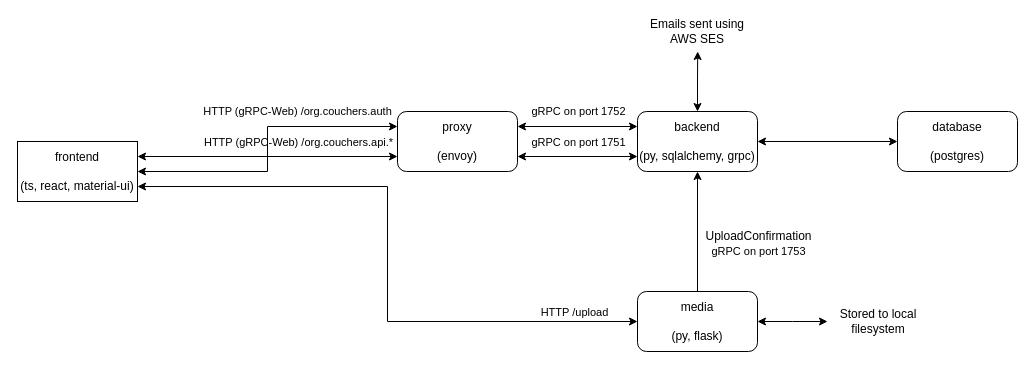
Couchers-org/couchers keeps this draw.io diagram as docs/couchers app.drawio. Above is the earlier version. Source tidied: cells renumbered, new cells numbered last; positions are measured from the earlier drawing's top-left corner, leaving out a move shared by most shapes. Both pictures are drawn from the tidied source at 100%, with x=0, y=0 at pixel (17, 21).
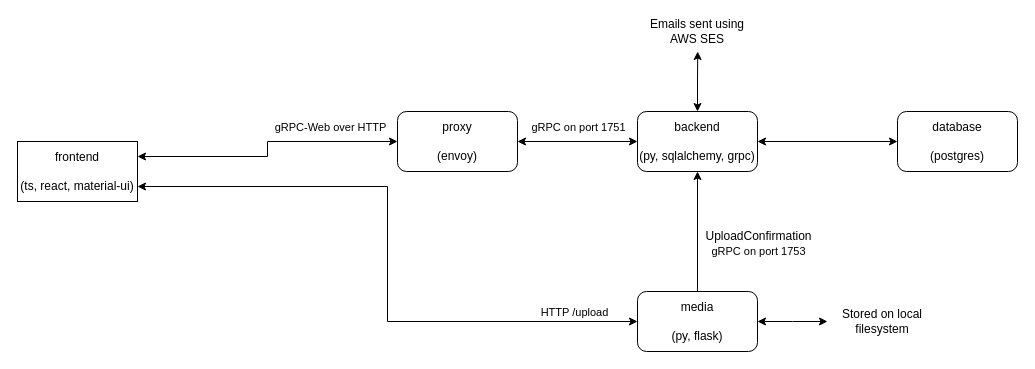
After the change.

Commit message (it also covers changes not shown here):
Update overview diagram

Unchanged cells that the change refers to:
```xml
<mxCell id="4" value="&lt;div&gt;backend&lt;/div&gt;&lt;div&gt;&lt;br&gt;&lt;/div&gt;&lt;div&gt;(py, sqlalchemy, grpc)&lt;br&gt;&lt;/div&gt;" style="rounded=1;whiteSpace=wrap;html=1;" parent="1" vertex="1">
  <mxGeometry x="620" y="90" width="120" height="60" as="geometry" />
</mxCell>
<mxCell id="11" value="&lt;div&gt;frontend&lt;/div&gt;&lt;div&gt;&lt;br&gt;&lt;/div&gt;(ts, react, material-ui)" style="rounded=0;whiteSpace=wrap;html=1;" parent="1" vertex="1">
  <mxGeometry y="120" width="120" height="60" as="geometry" />
</mxCell>
<mxCell id="20" value="&lt;div&gt;proxy&lt;/div&gt;&lt;div&gt;&lt;br&gt;&lt;/div&gt;&lt;div&gt;(envoy)&lt;br&gt;&lt;/div&gt;" style="rounded=1;whiteSpace=wrap;html=1;" parent="1" vertex="1">
  <mxGeometry x="380" y="90" width="120" height="60" as="geometry" />
</mxCell>
```

What changed in the source:
```diff
@@
-    <mxCell id="7" style="edgeStyle=orthogonalEdgeStyle;rounded=0;jettySize=auto;html=1;exitX=1;exitY=0.25;exitDx=0;exitDy=0;entryX=0;entryY=0.25;entryDx=0;entryDy=0;startArrow=classic;startFill=1;" parent="1" edge="1" source="11" target="20">
+    <mxCell id="7" style="edgeStyle=orthogonalEdgeStyle;rounded=0;jettySize=auto;html=1;exitX=1;exitY=0.25;exitDx=0;exitDy=0;entryX=0;entryY=0.5;entryDx=0;entryDy=0;startArrow=classic;startFill=1;" parent="1" edge="1" source="11" target="20">
       <mxGeometry relative="1" as="geometry" />
     </mxCell>
-    <mxCell id="8" value="HTTP (gRPC-Web) /org.couchers.auth" style="edgeLabel;html=1;align=center;verticalAlign=middle;labelBackgroundColor=none;" parent="7" vertex="1">
+    <mxCell id="8" value="gRPC-Web over HTTP" style="edgeLabel;html=1;align=center;verticalAlign=middle;labelBackgroundColor=none;" parent="7" vertex="1">
       <mxGeometry x="0.81" y="-5" relative="1" as="geometry">
-        <mxPoint x="-72.3" y="-20" as="offset" />
+        <mxPoint x="-42" y="-20" as="offset" />
       </mxGeometry>
     </mxCell>
-    <mxCell id="9" style="edgeStyle=orthogonalEdgeStyle;rounded=0;jettySize=auto;html=1;exitX=1;exitY=0.5;exitDx=0;exitDy=0;entryX=0;entryY=0.75;entryDx=0;entryDy=0;startArrow=classic;startFill=1;" parent="1" edge="1" source="11" target="20">
-      <mxGeometry relative="1" as="geometry" />
-    </mxCell>
-    <mxCell id="10" value="HTTP (gRPC-Web) /org.couchers.api.*" style="edgeLabel;html=1;align=center;verticalAlign=middle;labelBackgroundColor=none;" parent="9" vertex="1">
-      <mxGeometry x="0.84" y="2" relative="1" as="geometry">
-        <mxPoint x="-77.9" y="-13" as="offset" />
-      </mxGeometry>
-    </mxCell>
@@
-    <mxCell id="16" style="edgeStyle=orthogonalEdgeStyle;rounded=0;jettySize=auto;html=1;exitX=1;exitY=0.25;exitDx=0;exitDy=0;entryX=0;entryY=0.25;entryDx=0;entryDy=0;startArrow=classic;startFill=1;labelBackgroundColor=none;" parent="1" edge="1" source="20" target="4">
+    <mxCell id="16" style="edgeStyle=orthogonalEdgeStyle;rounded=0;jettySize=auto;html=1;exitX=1;exitY=0.5;exitDx=0;exitDy=0;entryX=0;entryY=0.5;entryDx=0;entryDy=0;startArrow=classic;startFill=1;labelBackgroundColor=none;" parent="1" edge="1" source="20" target="4">
       <mxGeometry relative="1" as="geometry" />
     </mxCell>
-    <mxCell id="17" value="gRPC on port 1752" style="edgeLabel;html=1;align=center;verticalAlign=middle;labelBackgroundColor=none;" parent="16" vertex="1">
+    <mxCell id="17" value="gRPC on port 1751" style="edgeLabel;html=1;align=center;verticalAlign=middle;labelBackgroundColor=none;" parent="16" vertex="1">
       <mxGeometry x="0.33" y="-3" relative="1" as="geometry">
         <mxPoint x="-20" y="-18" as="offset" />
       </mxGeometry>
     </mxCell>
-    <mxCell id="18" style="edgeStyle=orthogonalEdgeStyle;rounded=0;jettySize=auto;html=1;exitX=1;exitY=0.75;exitDx=0;exitDy=0;entryX=0;entryY=0.75;entryDx=0;entryDy=0;startArrow=classic;startFill=1;labelBackgroundColor=none;" parent="1" edge="1" source="20" target="4">
-      <mxGeometry relative="1" as="geometry" />
-    </mxCell>
-    <mxCell id="19" value="gRPC on port 1751" style="edgeLabel;html=1;align=center;verticalAlign=middle;labelBackgroundColor=none;" parent="18" vertex="1">
-      <mxGeometry x="0.32" y="1" relative="1" as="geometry">
-        <mxPoint x="-19" y="-14" as="offset" />
-      </mxGeometry>
-    </mxCell>
@@
-    <mxCell id="22" value="Stored to local filesystem" style="text;html=1;strokeColor=none;fillColor=none;align=center;verticalAlign=middle;whiteSpace=wrap;rounded=0;labelBackgroundColor=none;" parent="1" vertex="1">
-      <mxGeometry x="820" y="290" width="82" height="20" as="geometry" />
+    <mxCell id="22" value="Stored on local filesystem" style="text;html=1;strokeColor=none;fillColor=none;align=center;verticalAlign=middle;whiteSpace=wrap;rounded=0;labelBackgroundColor=none;" parent="1" vertex="1">
+      <mxGeometry x="820" y="290" width="90" height="20" as="geometry" />
     </mxCell>
```
